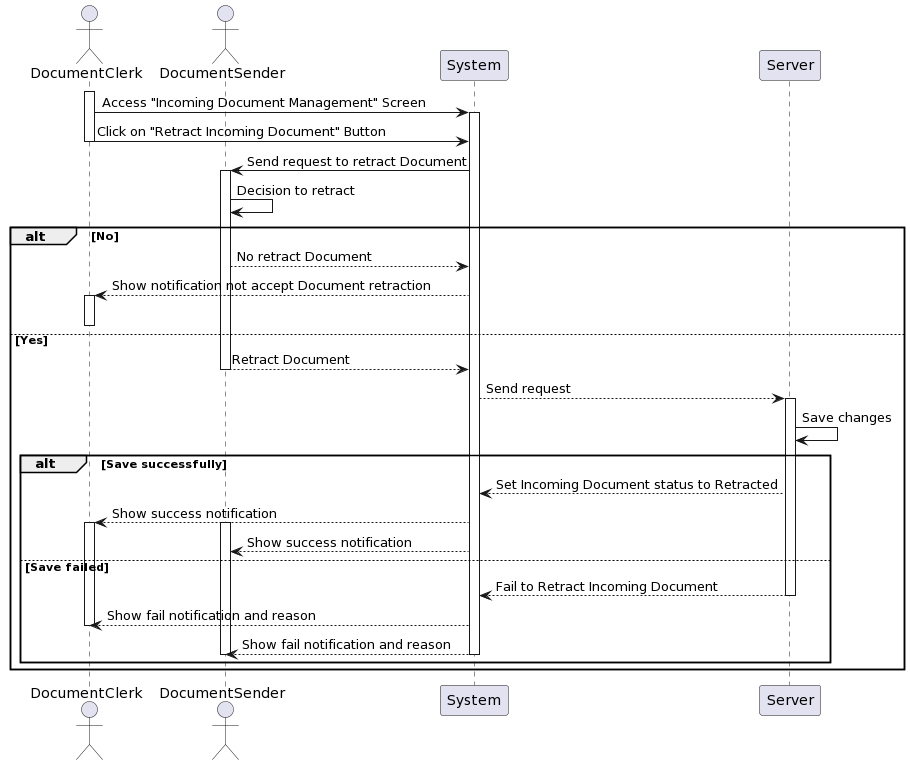
khoapham1003/SE357-Pratice-class keeps this PlantUML diagram as Lab1/Lab1.2/SequenceDiagram/IncomingDocument/RetractIncomingDocument/RetractIncomingDocument_SequenceDiagram.png. Above is the earlier version.
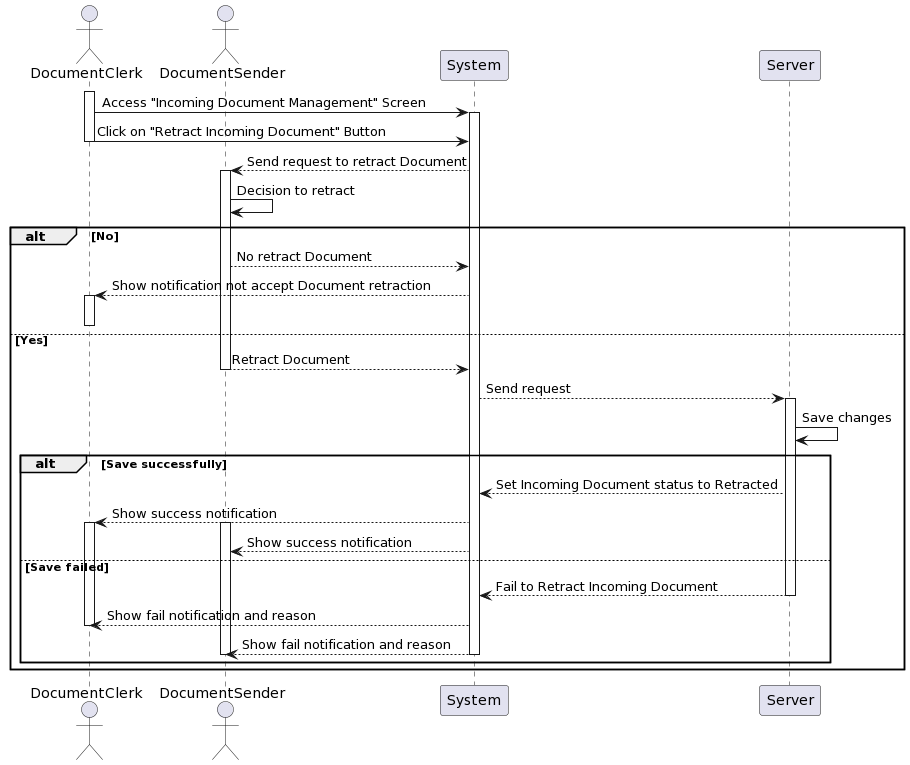
After the commit.

The edit, as a diff of the source:
```diff
@@ -9,7 +9,7 @@
 activate System
 User -> System: Click on "Retract Incoming Document" Button
 deactivate User
-System -> Sender: Send request to retract Document
+System --> Sender: Send request to retract Document
 activate Sender
 Sender -> Sender: Decision to retract
 alt No
```
